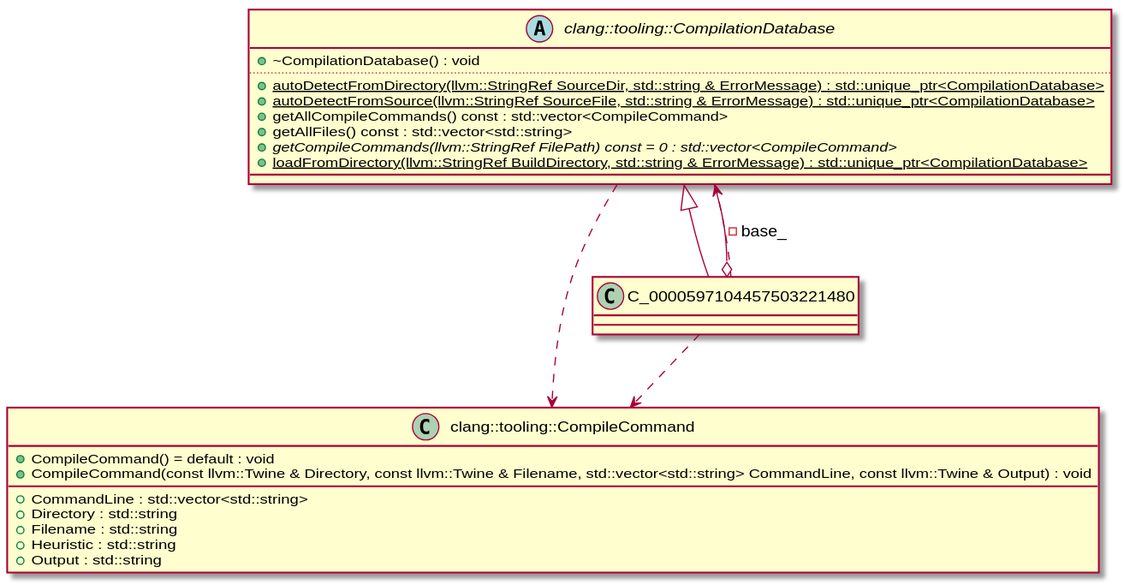
Earlier version of the PlantUML export compilation_database_context_class.svg (clang-uml/clang-uml.github.io). Source of this version:
```plantuml
@startuml
class "clang::tooling::CompileCommand" as C_0001157011696030393919
class C_0001157011696030393919 [[structclang_1_1tooling_1_1CompileCommand.html{CompileCommand}]] {
+CompileCommand() = default : void
+CompileCommand(const llvm::Twine & Directory, const llvm::Twine & Filename, std::vector<std::string> CommandLine, const llvm::Twine & Output) : void
__
+CommandLine : std::vector<std::string> [[[{CommandLine}]]]
+Directory : std::string [[[{Directory}]]]
+Filename : std::string [[[{Filename}]]]
+Heuristic : std::string [[[{Heuristic}]]]
+Output : std::string [[[{Output}]]]
}
abstract "clang::tooling::CompilationDatabase" as C_0001617832303729071872
abstract C_0001617832303729071872 [[classclang_1_1tooling_1_1CompilationDatabase.html{CompilationDatabase}]] {
+~CompilationDatabase() : void
..
{static} +autoDetectFromDirectory(llvm::StringRef SourceDir, std::string & ErrorMessage) : std::unique_ptr<CompilationDatabase>
{static} +autoDetectFromSource(llvm::StringRef SourceFile, std::string & ErrorMessage) : std::unique_ptr<CompilationDatabase>
+getAllCompileCommands() const : std::vector<CompileCommand>
+getAllFiles() const : std::vector<std::string>
{abstract} +getCompileCommands(llvm::StringRef FilePath) const = 0 : std::vector<CompileCommand>
{static} +loadFromDirectory(llvm::StringRef BuildDirectory, std::string & ErrorMessage) : std::unique_ptr<CompilationDatabase>
__
}
C_0000597104457503221480 ..> C_0001617832303729071872
C_0000597104457503221480 ..> C_0001157011696030393919
C_0000597104457503221480 o-- C_0001617832303729071872 : -base_
C_0001617832303729071872 <|-- C_0000597104457503221480
C_0001617832303729071872 ..> C_0001157011696030393919

@enduml
```
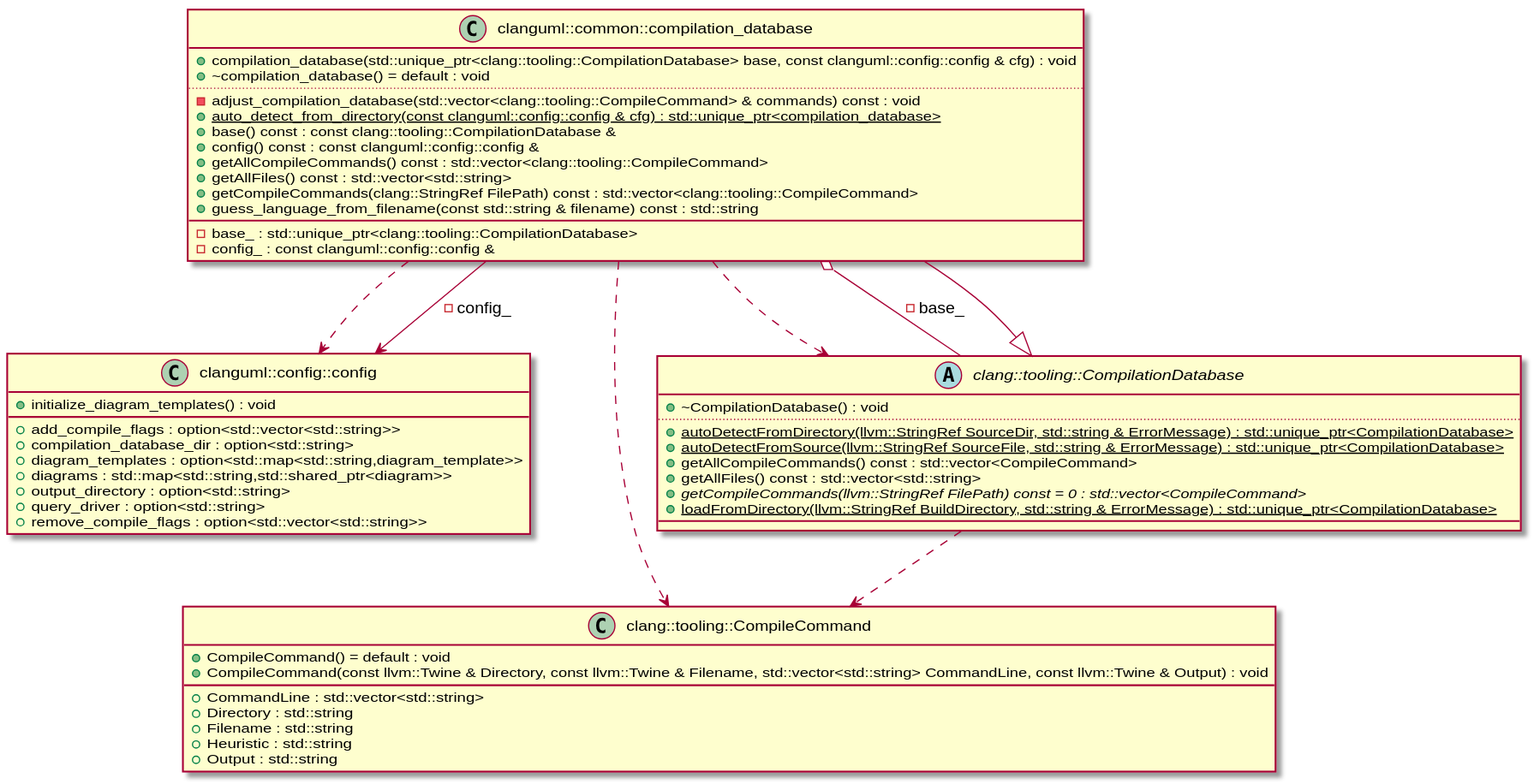
The same file after the commit.

Diff of the diagram source:
```diff
@@ -1,8 +1,37 @@
 @startuml
+class "clanguml::common::compilation_database" as C_0000597104457503221480
+class C_0000597104457503221480 [[classclanguml_1_1common_1_1compilation__database.html{Custom compilation database class}]] {
++compilation_database(std::unique_ptr<clang::tooling::CompilationDatabase> base, const clanguml::config::config & cfg) : void [[[{compilation_database}]]]
++~compilation_database() = default : void [[[{~compilation_database}]]]
+..
+-adjust_compilation_database(std::vector<clang::tooling::CompileCommand> & commands) const : void [[[{adjust_compilation_database}]]]
+{static} +auto_detect_from_directory(const clanguml::config::config & cfg) : std::unique_ptr<compilation_database> [[[{auto_detect_from_directory}]]]
++base() const : const clang::tooling::CompilationDatabase & [[[{base}]]]
++config() const : const clanguml::config::config & [[[{config}]]]
++getAllCompileCommands() const : std::vector<clang::tooling::CompileCommand> [[[{getAllCompileCommands}]]]
++getAllFiles() const : std::vector<std::string> [[[{getAllFiles}]]]
++getCompileCommands(clang::StringRef FilePath) const : std::vector<clang::tooling::CompileCommand> [[[{getCompileCommands}]]]
++guess_language_from_filename(const std::string & filename) const : std::string [[[{guess_language_from_filename}]]]
+__
+-base_ : std::unique_ptr<clang::tooling::CompilationDatabase> [[[{base_}]]]
+-config_ : const clanguml::config::config & [[[{config_}]]]
+}
+class "clanguml::config::config" as C_0000893743909513410599
+class C_0000893743909513410599 [[structclanguml_1_1config_1_1config.html{Represents entire configuration file}]] {
++initialize_diagram_templates() : void [[[{initialize_diagram_templates}]]]
+__
++add_compile_flags : option<std::vector<std::string>> [[[{add_compile_flags}]]]
++compilation_database_dir : option<std::string> [[[{compilation_database_dir}]]]
++diagram_templates : option<std::map<std::string,diagram_template>> [[[{diagram_templates}]]]
++diagrams : std::map<std::string,std::shared_ptr<diagram>> [[[{diagrams}]]]
++output_directory : option<std::string> [[[{output_directory}]]]
++query_driver : option<std::string> [[[{query_driver}]]]
++remove_compile_flags : option<std::vector<std::string>> [[[{remove_compile_flags}]]]
+}
 class "clang::tooling::CompileCommand" as C_0001157011696030393919
 class C_0001157011696030393919 [[structclang_1_1tooling_1_1CompileCommand.html{CompileCommand}]] {
-+CompileCommand() = default : void
-+CompileCommand(const llvm::Twine & Directory, const llvm::Twine & Filename, std::vector<std::string> CommandLine, const llvm::Twine & Output) : void
++CompileCommand() = default : void [[[{CompileCommand}]]]
++CompileCommand(const llvm::Twine & Directory, const llvm::Twine & Filename, std::vector<std::string> CommandLine, const llvm::Twine & Output) : void [[[{CompileCommand}]]]
 __
 +CommandLine : std::vector<std::string> [[[{CommandLine}]]]
 +Directory : std::string [[[{Directory}]]]
@@ -12,19 +41,21 @@
 }
 abstract "clang::tooling::CompilationDatabase" as C_0001617832303729071872
 abstract C_0001617832303729071872 [[classclang_1_1tooling_1_1CompilationDatabase.html{CompilationDatabase}]] {
-+~CompilationDatabase() : void
++~CompilationDatabase() : void [[[{~CompilationDatabase}]]]
 ..
-{static} +autoDetectFromDirectory(llvm::StringRef SourceDir, std::string & ErrorMessage) : std::unique_ptr<CompilationDatabase>
-{static} +autoDetectFromSource(llvm::StringRef SourceFile, std::string & ErrorMessage) : std::unique_ptr<CompilationDatabase>
-+getAllCompileCommands() const : std::vector<CompileCommand>
-+getAllFiles() const : std::vector<std::string>
-{abstract} +getCompileCommands(llvm::StringRef FilePath) const = 0 : std::vector<CompileCommand>
-{static} +loadFromDirectory(llvm::StringRef BuildDirectory, std::string & ErrorMessage) : std::unique_ptr<CompilationDatabase>
+{static} +autoDetectFromDirectory(llvm::StringRef SourceDir, std::string & ErrorMessage) : std::unique_ptr<CompilationDatabase> [[[{autoDetectFromDirectory}]]]
+{static} +autoDetectFromSource(llvm::StringRef SourceFile, std::string & ErrorMessage) : std::unique_ptr<CompilationDatabase> [[[{autoDetectFromSource}]]]
++getAllCompileCommands() const : std::vector<CompileCommand> [[[{getAllCompileCommands}]]]
++getAllFiles() const : std::vector<std::string> [[[{getAllFiles}]]]
+{abstract} +getCompileCommands(llvm::StringRef FilePath) const = 0 : std::vector<CompileCommand> [[[{getCompileCommands}]]]
+{static} +loadFromDirectory(llvm::StringRef BuildDirectory, std::string & ErrorMessage) : std::unique_ptr<CompilationDatabase> [[[{loadFromDirectory}]]]
 __
 }
 C_0000597104457503221480 ..> C_0001617832303729071872
+C_0000597104457503221480 ..> C_0000893743909513410599
 C_0000597104457503221480 ..> C_0001157011696030393919
 C_0000597104457503221480 o-- C_0001617832303729071872 : -base_
+C_0000597104457503221480 --> C_0000893743909513410599 : -config_
 C_0001617832303729071872 <|-- C_0000597104457503221480
 C_0001617832303729071872 ..> C_0001157011696030393919
 
```
